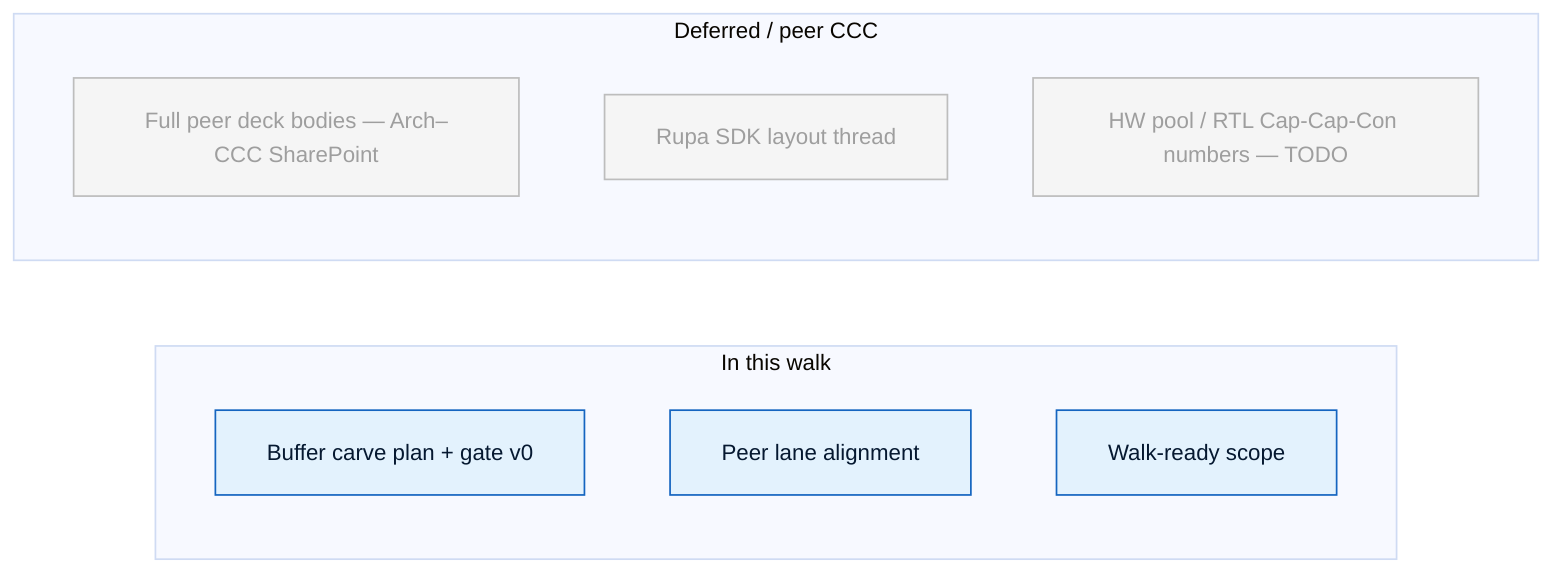
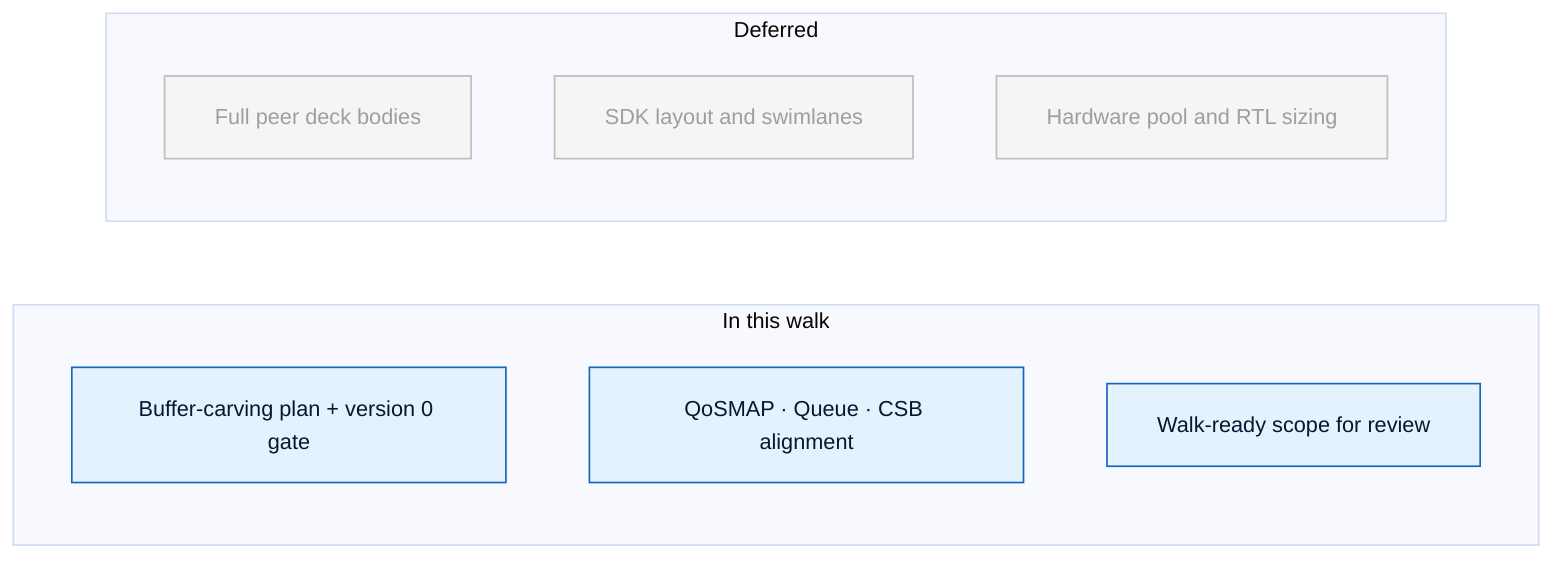
%%{init: {'theme': 'base', 'themeVariables': { 'fontSize': '13px'}}}%%
flowchart LR
  subgraph IN["In this walk"]
-     I1["Buffer carve plan + gate v0"]
-     I2["Peer lane alignment"]
-     I3["Walk-ready scope"]
+     I1["Buffer-carving plan + version 0 gate"]
+     I2["QoSMAP · Queue · CSB alignment"]
+     I3["Walk-ready scope for review"]
  end
-   subgraph OUT["Deferred / peer CCC"]
-     O1["Full peer deck bodies — Arch–CCC SharePoint"]
-     O2["Rupa SDK layout thread"]
-     O3["HW pool / RTL Cap-Cap-Con numbers — TODO"]
+   subgraph OUT["Deferred"]
+     O1["Full peer deck bodies"]
+     O2["SDK layout and swimlanes"]
+     O3["Hardware pool and RTL sizing"]
  end

  classDef program fill:#E3F2FD,stroke:#1565C0,color:#051830
  classDef muted fill:#F5F5F5,stroke:#BDBDBD,color:#9E9E9E

  class I1,I2,I3 program
  class O1,O2,O3 muted
